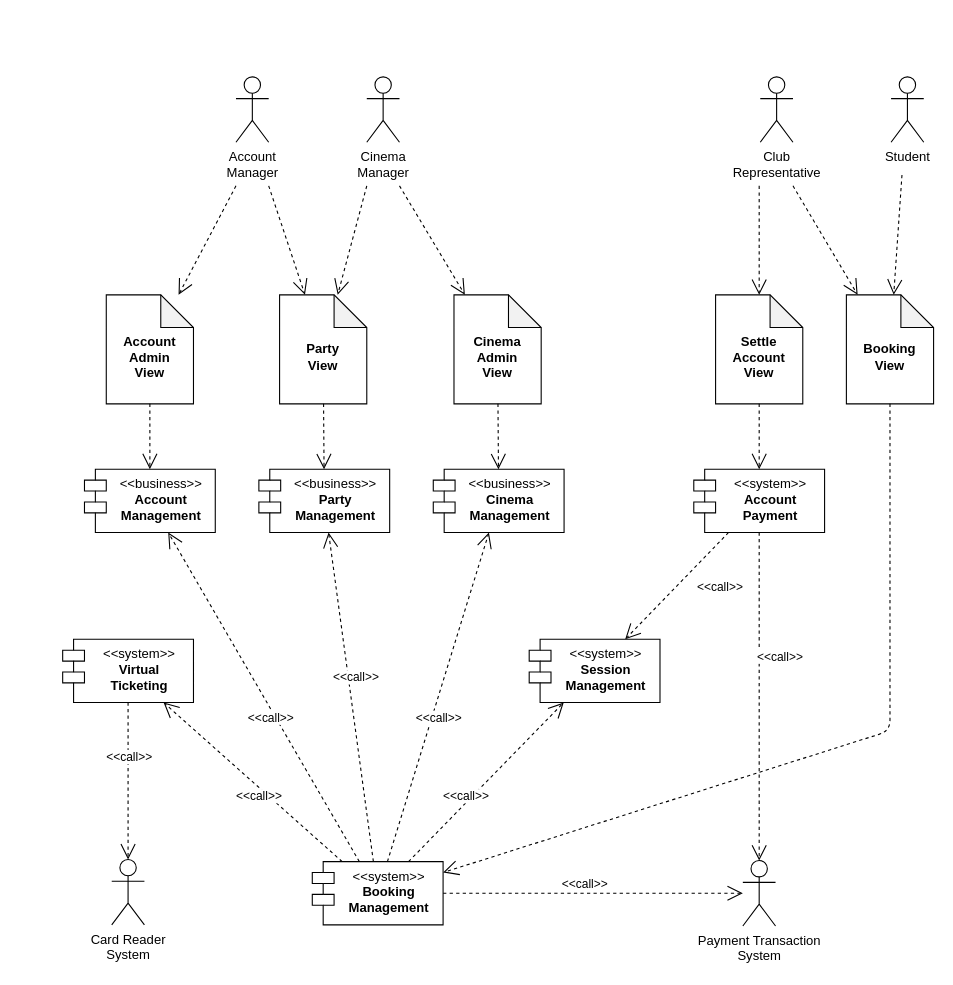
Before: Component-Architecture/Component-Architecture-Diagram.drawio in 19ATF72/ESD_Semester_2, a draw.io diagram. Source tidied: cells renumbered, new cells numbered last; positions are measured from the earlier drawing's top-left corner, leaving out a move shared by most shapes. Both pictures are drawn from the tidied source at 109%, with x=0, y=0 at pixel (62, 76).
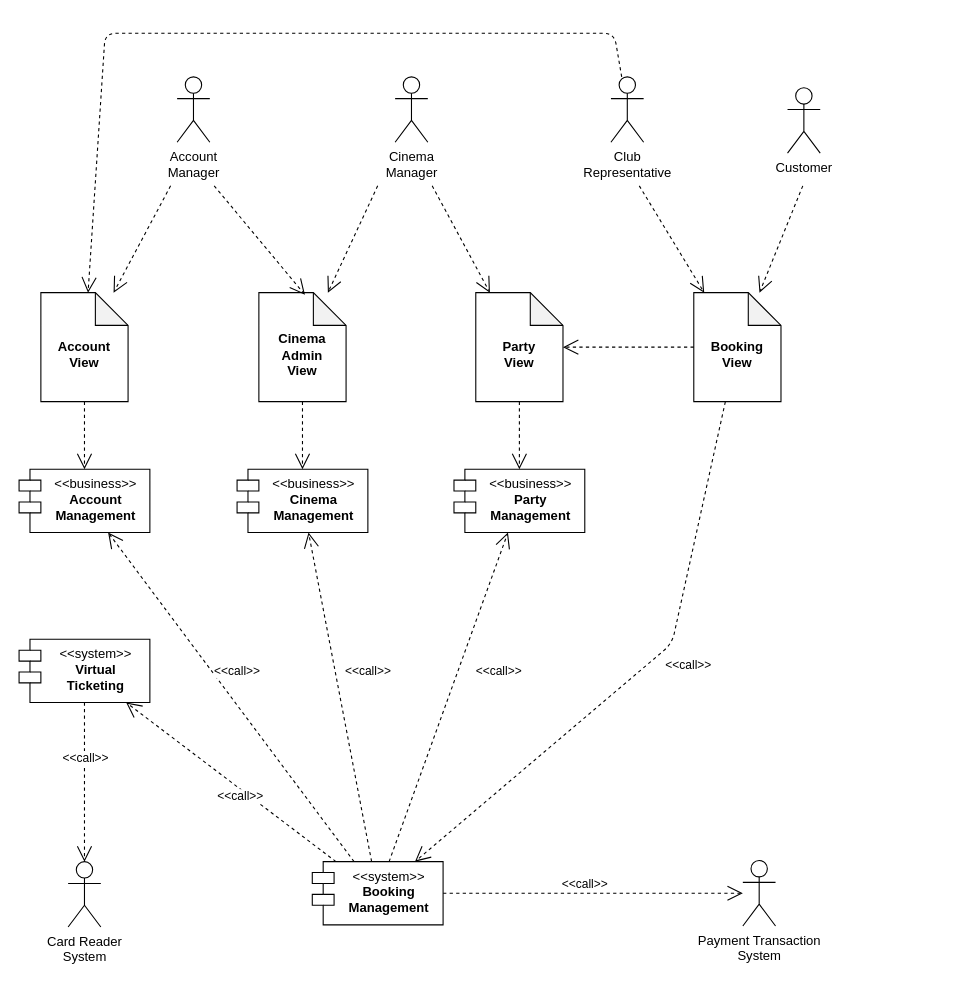
Above is the later version.

Commit message (it also covers changes not shown here):
service based & component based

Unchanged cells that the change refers to:
```xml
<mxCell id="7" value="Payment Transaction &lt;br&gt;System" style="shape=umlActor;verticalLabelPosition=bottom;verticalAlign=top;html=1;outlineConnect=0;" parent="1" vertex="1">
  <mxGeometry x="624" y="719" width="30" height="60" as="geometry" />
</mxCell>
<mxCell id="22" value="&amp;lt;&amp;lt;system&amp;gt;&amp;gt;&lt;br&gt;&lt;b&gt;Booking&lt;br&gt;Management&lt;br&gt;&lt;/b&gt;" style="shape=module;align=left;spacingLeft=20;align=center;verticalAlign=top;fontStyle=0;html=1;" parent="1" vertex="1">
  <mxGeometry x="229" y="720" width="120" height="58" as="geometry" />
</mxCell>
<mxCell id="33" style="endArrow=open;endSize=12;dashed=1;html=1;" parent="1" edge="1" source="22" target="29">
  <mxGeometry relative="1" as="geometry" />
</mxCell>
<mxCell id="35" style="endArrow=open;endSize=12;dashed=1;html=1;" parent="1" edge="1" source="22" target="17">
  <mxGeometry relative="1" as="geometry" />
</mxCell>
```

What changed in the source:
```diff
@@
     <mxCell id="2" value="&amp;lt;&amp;lt;business&amp;gt;&amp;gt;&lt;br&gt;&lt;b&gt;Cinema&lt;br&gt;Management&lt;/b&gt;" style="shape=module;align=left;spacingLeft=20;align=center;verticalAlign=top;fontStyle=0;html=1;" parent="1" vertex="1">
-      <mxGeometry x="340" y="360" width="120" height="58" as="geometry" />
+      <mxGeometry x="160" y="360" width="120" height="58" as="geometry" />
     </mxCell>
     <mxCell id="3" value="Account &lt;br&gt;Manager" style="shape=umlActor;verticalLabelPosition=bottom;verticalAlign=top;html=1;" parent="1" vertex="1">
-      <mxGeometry x="159" width="30" height="60" as="geometry" />
+      <mxGeometry x="105" width="30" height="60" as="geometry" />
     </mxCell>
     <mxCell id="4" value="Cinema &lt;br&gt;Manager" style="shape=umlActor;verticalLabelPosition=bottom;verticalAlign=top;html=1;" parent="1" vertex="1">
-      <mxGeometry x="279" width="30" height="60" as="geometry" />
+      <mxGeometry x="305" width="30" height="60" as="geometry" />
     </mxCell>
     <mxCell id="5" value="Club &lt;br&gt;Representative" style="shape=umlActor;verticalLabelPosition=bottom;verticalAlign=top;html=1;outlineConnect=0;" parent="1" vertex="1">
-      <mxGeometry x="640" width="30" height="60" as="geometry" />
+      <mxGeometry x="503" width="30" height="60" as="geometry" />
     </mxCell>
-    <mxCell id="6" value="Student" style="shape=umlActor;verticalLabelPosition=bottom;verticalAlign=top;html=1;" parent="1" vertex="1">
-      <mxGeometry x="760" width="30" height="60" as="geometry" />
+    <mxCell id="6" value="Customer" style="shape=umlActor;verticalLabelPosition=bottom;verticalAlign=top;html=1;" parent="1" vertex="1">
+      <mxGeometry x="665" y="10" width="30" height="60" as="geometry" />
     </mxCell>
@@
     <mxCell id="8" value="Card Reader&lt;br&gt;System" style="shape=umlActor;verticalLabelPosition=bottom;verticalAlign=top;html=1;outlineConnect=0;" parent="1" vertex="1">
-      <mxGeometry x="45" y="718" width="30" height="60" as="geometry" />
+      <mxGeometry x="5" y="720" width="30" height="60" as="geometry" />
     </mxCell>
-    <mxCell id="9" value="&lt;b&gt;&lt;br&gt;Account&lt;br&gt;Admin&lt;br&gt;View&lt;/b&gt;" style="shape=note;whiteSpace=wrap;html=1;backgroundOutline=1;darkOpacity=0.05;" parent="1" vertex="1">
-      <mxGeometry x="40" y="200" width="80" height="100" as="geometry" />
+    <mxCell id="9" value="&lt;b&gt;&lt;br&gt;Account&lt;br&gt;View&lt;/b&gt;" style="shape=note;whiteSpace=wrap;html=1;backgroundOutline=1;darkOpacity=0.05;" parent="1" vertex="1">
+      <mxGeometry x="-20" y="198" width="80" height="100" as="geometry" />
     </mxCell>
     <mxCell id="10" value="&lt;b&gt;&lt;br&gt;Booking&lt;br&gt;View&lt;/b&gt;" style="shape=note;whiteSpace=wrap;html=1;backgroundOutline=1;darkOpacity=0.05;" parent="1" vertex="1">
-      <mxGeometry x="719" y="200" width="80" height="100" as="geometry" />
+      <mxGeometry x="579" y="198" width="80" height="100" as="geometry" />
     </mxCell>
     <mxCell id="11" value="&lt;b&gt;&lt;br&gt;Party&lt;br&gt;View&lt;/b&gt;" style="shape=note;whiteSpace=wrap;html=1;backgroundOutline=1;darkOpacity=0.05;" parent="1" vertex="1">
-      <mxGeometry x="199" y="200" width="80" height="100" as="geometry" />
+      <mxGeometry x="379" y="198" width="80" height="100" as="geometry" />
     </mxCell>
     <mxCell id="12" value="&lt;b&gt;&lt;br&gt;Cinema&lt;br&gt;Admin&lt;br&gt;View&lt;/b&gt;" style="shape=note;whiteSpace=wrap;html=1;backgroundOutline=1;darkOpacity=0.05;" parent="1" vertex="1">
-      <mxGeometry x="359" y="200" width="80" height="100" as="geometry" />
+      <mxGeometry x="180" y="198" width="80" height="100" as="geometry" />
     </mxCell>
     <mxCell id="13" style="endArrow=open;endSize=12;dashed=1;html=1;" parent="1" edge="1" target="9">
       <mxGeometry relative="1" as="geometry">
-        <mxPoint x="159" y="100" as="sourcePoint" />
+        <mxPoint x="99" y="100" as="sourcePoint" />
       </mxGeometry>
     </mxCell>
     <mxCell id="14" style="endArrow=open;endSize=12;dashed=1;html=1;" parent="1" edge="1">
       <mxGeometry relative="1" as="geometry">
-        <mxPoint x="189" y="100" as="sourcePoint" />
+        <mxPoint x="139" y="100" as="sourcePoint" />
         <mxPoint x="222.3" y="200" as="targetPoint" />
       </mxGeometry>
     </mxCell>
-    <mxCell id="15" style="endArrow=open;endSize=12;dashed=1;html=1;" parent="1" edge="1">
+    <mxCell id="15" style="endArrow=open;endSize=12;dashed=1;html=1;" parent="1" edge="1" target="11">
       <mxGeometry relative="1" as="geometry">
-        <mxPoint x="279" y="100" as="sourcePoint" />
-        <mxPoint x="252.3" y="200" as="targetPoint" />
+        <mxPoint x="339" y="100" as="sourcePoint" />
       </mxGeometry>
     </mxCell>
     <mxCell id="16" style="endArrow=open;endSize=12;dashed=1;html=1;" parent="1" edge="1" target="12">
       <mxGeometry relative="1" as="geometry">
-        <mxPoint x="309" y="100" as="sourcePoint" />
+        <mxPoint x="289" y="100" as="sourcePoint" />
       </mxGeometry>
     </mxCell>
     <mxCell id="17" value="&amp;lt;&amp;lt;business&amp;gt;&amp;gt;&lt;br&gt;&lt;b&gt;Account&lt;br&gt;Management&lt;/b&gt;" style="shape=module;align=left;spacingLeft=20;align=center;verticalAlign=top;fontStyle=0;html=1;" parent="1" vertex="1">
-      <mxGeometry x="20" y="360" width="120" height="58" as="geometry" />
+      <mxGeometry x="-40" y="360" width="120" height="58" as="geometry" />
     </mxCell>
     <mxCell id="18" style="endArrow=open;endSize=12;dashed=1;html=1;" parent="1" edge="1" target="10">
       <mxGeometry relative="1" as="geometry">
-        <mxPoint x="670" y="100" as="sourcePoint" />
+        <mxPoint x="529" y="100" as="sourcePoint" />
       </mxGeometry>
     </mxCell>
     <mxCell id="19" style="endArrow=open;endSize=12;dashed=1;html=1;" parent="1" edge="1" target="10">
       <mxGeometry relative="1" as="geometry">
-        <mxPoint x="770" y="90" as="sourcePoint" />
+        <mxPoint x="679" y="100" as="sourcePoint" />
       </mxGeometry>
     </mxCell>
@@
     <mxCell id="23" style="endArrow=open;endSize=12;dashed=1;html=1;" parent="1" edge="1" source="10" target="22">
       <mxGeometry relative="1" as="geometry">
         <Array as="points">
-          <mxPoint x="759" y="600" />
+          <mxPoint x="559" y="520" />
         </Array>
       </mxGeometry>
     </mxCell>
+    <mxCell id="50" value="&amp;lt;&amp;lt;call&amp;gt;&amp;gt;" style="edgeLabel;html=1;align=center;verticalAlign=middle;" parent="23" vertex="1">
+      <mxGeometry x="-0.12" y="2" relative="1" as="geometry">
+        <mxPoint x="20.3" y="11.9" as="offset" />
+      </mxGeometry>
+    </mxCell>
@@
     <mxCell id="26" value="&amp;lt;&amp;lt;system&amp;gt;&amp;gt;&lt;br&gt;&lt;b&gt;Virtual&lt;br&gt;Ticketing&lt;br&gt;&lt;/b&gt;" style="shape=module;align=left;spacingLeft=20;align=center;verticalAlign=top;fontStyle=0;html=1;" parent="1" vertex="1">
-      <mxGeometry y="516" width="120" height="58" as="geometry" />
+      <mxGeometry x="-40" y="516" width="120" height="58" as="geometry" />
     </mxCell>
@@
     <mxCell id="29" value="&amp;lt;&amp;lt;business&amp;gt;&amp;gt;&lt;br&gt;&lt;b&gt;Party&lt;br&gt;Management&lt;/b&gt;" style="shape=module;align=left;spacingLeft=20;align=center;verticalAlign=top;fontStyle=0;html=1;" parent="1" vertex="1">
-      <mxGeometry x="180" y="360" width="120" height="58" as="geometry" />
+      <mxGeometry x="359" y="360" width="120" height="58" as="geometry" />
     </mxCell>
@@
-    <mxCell id="31" style="endArrow=open;endSize=12;dashed=1;html=1;" parent="1" edge="1" source="22" target="2">
+    <mxCell id="31" style="endArrow=open;endSize=12;dashed=1;html=1;fontStyle=1;" parent="1" edge="1" source="22" target="2">
       <mxGeometry relative="1" as="geometry" />
     </mxCell>
     <mxCell id="32" value="&amp;lt;&amp;lt;call&amp;gt;&amp;gt;" style="edgeLabel;html=1;align=center;verticalAlign=middle;" parent="31" vertex="1">
       <mxGeometry x="-0.19" relative="1" as="geometry">
-        <mxPoint x="9" y="-10" as="offset" />
+        <mxPoint x="19.9" y="-53.2" as="offset" />
       </mxGeometry>
     </mxCell>
@@
     <mxCell id="34" value="&amp;lt;&amp;lt;call&amp;gt;&amp;gt;" style="edgeLabel;html=1;align=center;verticalAlign=middle;" parent="33" vertex="1">
       <mxGeometry x="-0.19" relative="1" as="geometry">
-        <mxPoint y="-47.8" as="offset" />
+        <mxPoint x="55.7" y="-53.7" as="offset" />
       </mxGeometry>
     </mxCell>
@@
     <mxCell id="36" value="&amp;lt;&amp;lt;call&amp;gt;&amp;gt;" style="edgeLabel;html=1;align=center;verticalAlign=middle;" parent="35" vertex="1">
       <mxGeometry x="-0.19" relative="1" as="geometry">
-        <mxPoint x="-11" y="-10.2" as="offset" />
+        <mxPoint x="-16.3" y="-53.2" as="offset" />
       </mxGeometry>
     </mxCell>
@@
-    <mxCell id="39" value="&lt;b&gt;&lt;br&gt;Settle&lt;br&gt;Account&lt;br&gt;View&lt;/b&gt;" style="shape=note;whiteSpace=wrap;html=1;backgroundOutline=1;darkOpacity=0.05;" parent="1" vertex="1">
-      <mxGeometry x="599" y="200" width="80" height="100" as="geometry" />
-    </mxCell>
-    <mxCell id="40" value="&amp;lt;&amp;lt;system&amp;gt;&amp;gt;&lt;br&gt;&lt;b&gt;Account&lt;/b&gt;&lt;b&gt;&lt;br&gt;Payment&lt;br&gt;&lt;br&gt;&lt;/b&gt;" style="shape=module;align=left;spacingLeft=20;align=center;verticalAlign=top;fontStyle=0;html=1;" parent="1" vertex="1">
-      <mxGeometry x="579" y="360" width="120" height="58" as="geometry" />
-    </mxCell>
-    <mxCell id="41" style="endArrow=open;endSize=12;dashed=1;html=1;" parent="1" edge="1" target="39">
-      <mxGeometry relative="1" as="geometry">
-        <mxPoint x="639" y="100" as="sourcePoint" />
-      </mxGeometry>
-    </mxCell>
-    <mxCell id="42" style="endArrow=open;endSize=12;dashed=1;html=1;" parent="1" edge="1" source="39" target="40">
-      <mxGeometry relative="1" as="geometry" />
-    </mxCell>
-    <mxCell id="43" style="endArrow=open;endSize=12;dashed=1;html=1;" parent="1" edge="1" source="40" target="7">
-      <mxGeometry relative="1" as="geometry" />
-    </mxCell>
-    <mxCell id="44" value="&amp;lt;&amp;lt;call&amp;gt;&amp;gt;" style="edgeLabel;html=1;align=center;verticalAlign=middle;" parent="43" vertex="1">
-      <mxGeometry x="-0.19" relative="1" as="geometry">
-        <mxPoint x="18" y="-8.5" as="offset" />
-      </mxGeometry>
-    </mxCell>
-    <mxCell id="45" value="&amp;lt;&amp;lt;system&amp;gt;&amp;gt;&lt;br&gt;&lt;b&gt;Session&lt;br&gt;Management&lt;/b&gt;" style="shape=module;align=left;spacingLeft=20;align=center;verticalAlign=top;fontStyle=0;html=1;" parent="1" vertex="1">
-      <mxGeometry x="428" y="516" width="120" height="58" as="geometry" />
-    </mxCell>
-    <mxCell id="46" style="endArrow=open;endSize=12;dashed=1;html=1;" parent="1" edge="1" source="22" target="45">
-      <mxGeometry relative="1" as="geometry" />
-    </mxCell>
-    <mxCell id="47" value="&amp;lt;&amp;lt;call&amp;gt;&amp;gt;" style="edgeLabel;html=1;align=center;verticalAlign=middle;" parent="46" vertex="1">
-      <mxGeometry x="-0.19" relative="1" as="geometry">
-        <mxPoint x="-5.3" y="-1.5" as="offset" />
-      </mxGeometry>
-    </mxCell>
-    <mxCell id="48" style="endArrow=open;endSize=12;dashed=1;html=1;" parent="1" edge="1" source="40" target="45">
-      <mxGeometry relative="1" as="geometry" />
-    </mxCell>
-    <mxCell id="49" value="&amp;lt;&amp;lt;call&amp;gt;&amp;gt;" style="edgeLabel;html=1;align=center;verticalAlign=middle;" parent="48" vertex="1">
-      <mxGeometry x="-0.19" relative="1" as="geometry">
-        <mxPoint x="30" y="10" as="offset" />
-      </mxGeometry>
-    </mxCell>
+    <mxCell id="51" style="endArrow=open;endSize=12;dashed=1;html=1;" parent="1" edge="1" source="10" target="11">
+      <mxGeometry relative="1" as="geometry" />
+    </mxCell>
+    <mxCell id="52" style="endArrow=open;endSize=12;dashed=1;html=1;" parent="1" edge="1" source="5" target="9">
+      <mxGeometry relative="1" as="geometry">
+        <Array as="points">
+          <mxPoint x="506" y="-40" />
+          <mxPoint x="39" y="-40" />
+        </Array>
+      </mxGeometry>
+    </mxCell>
```
